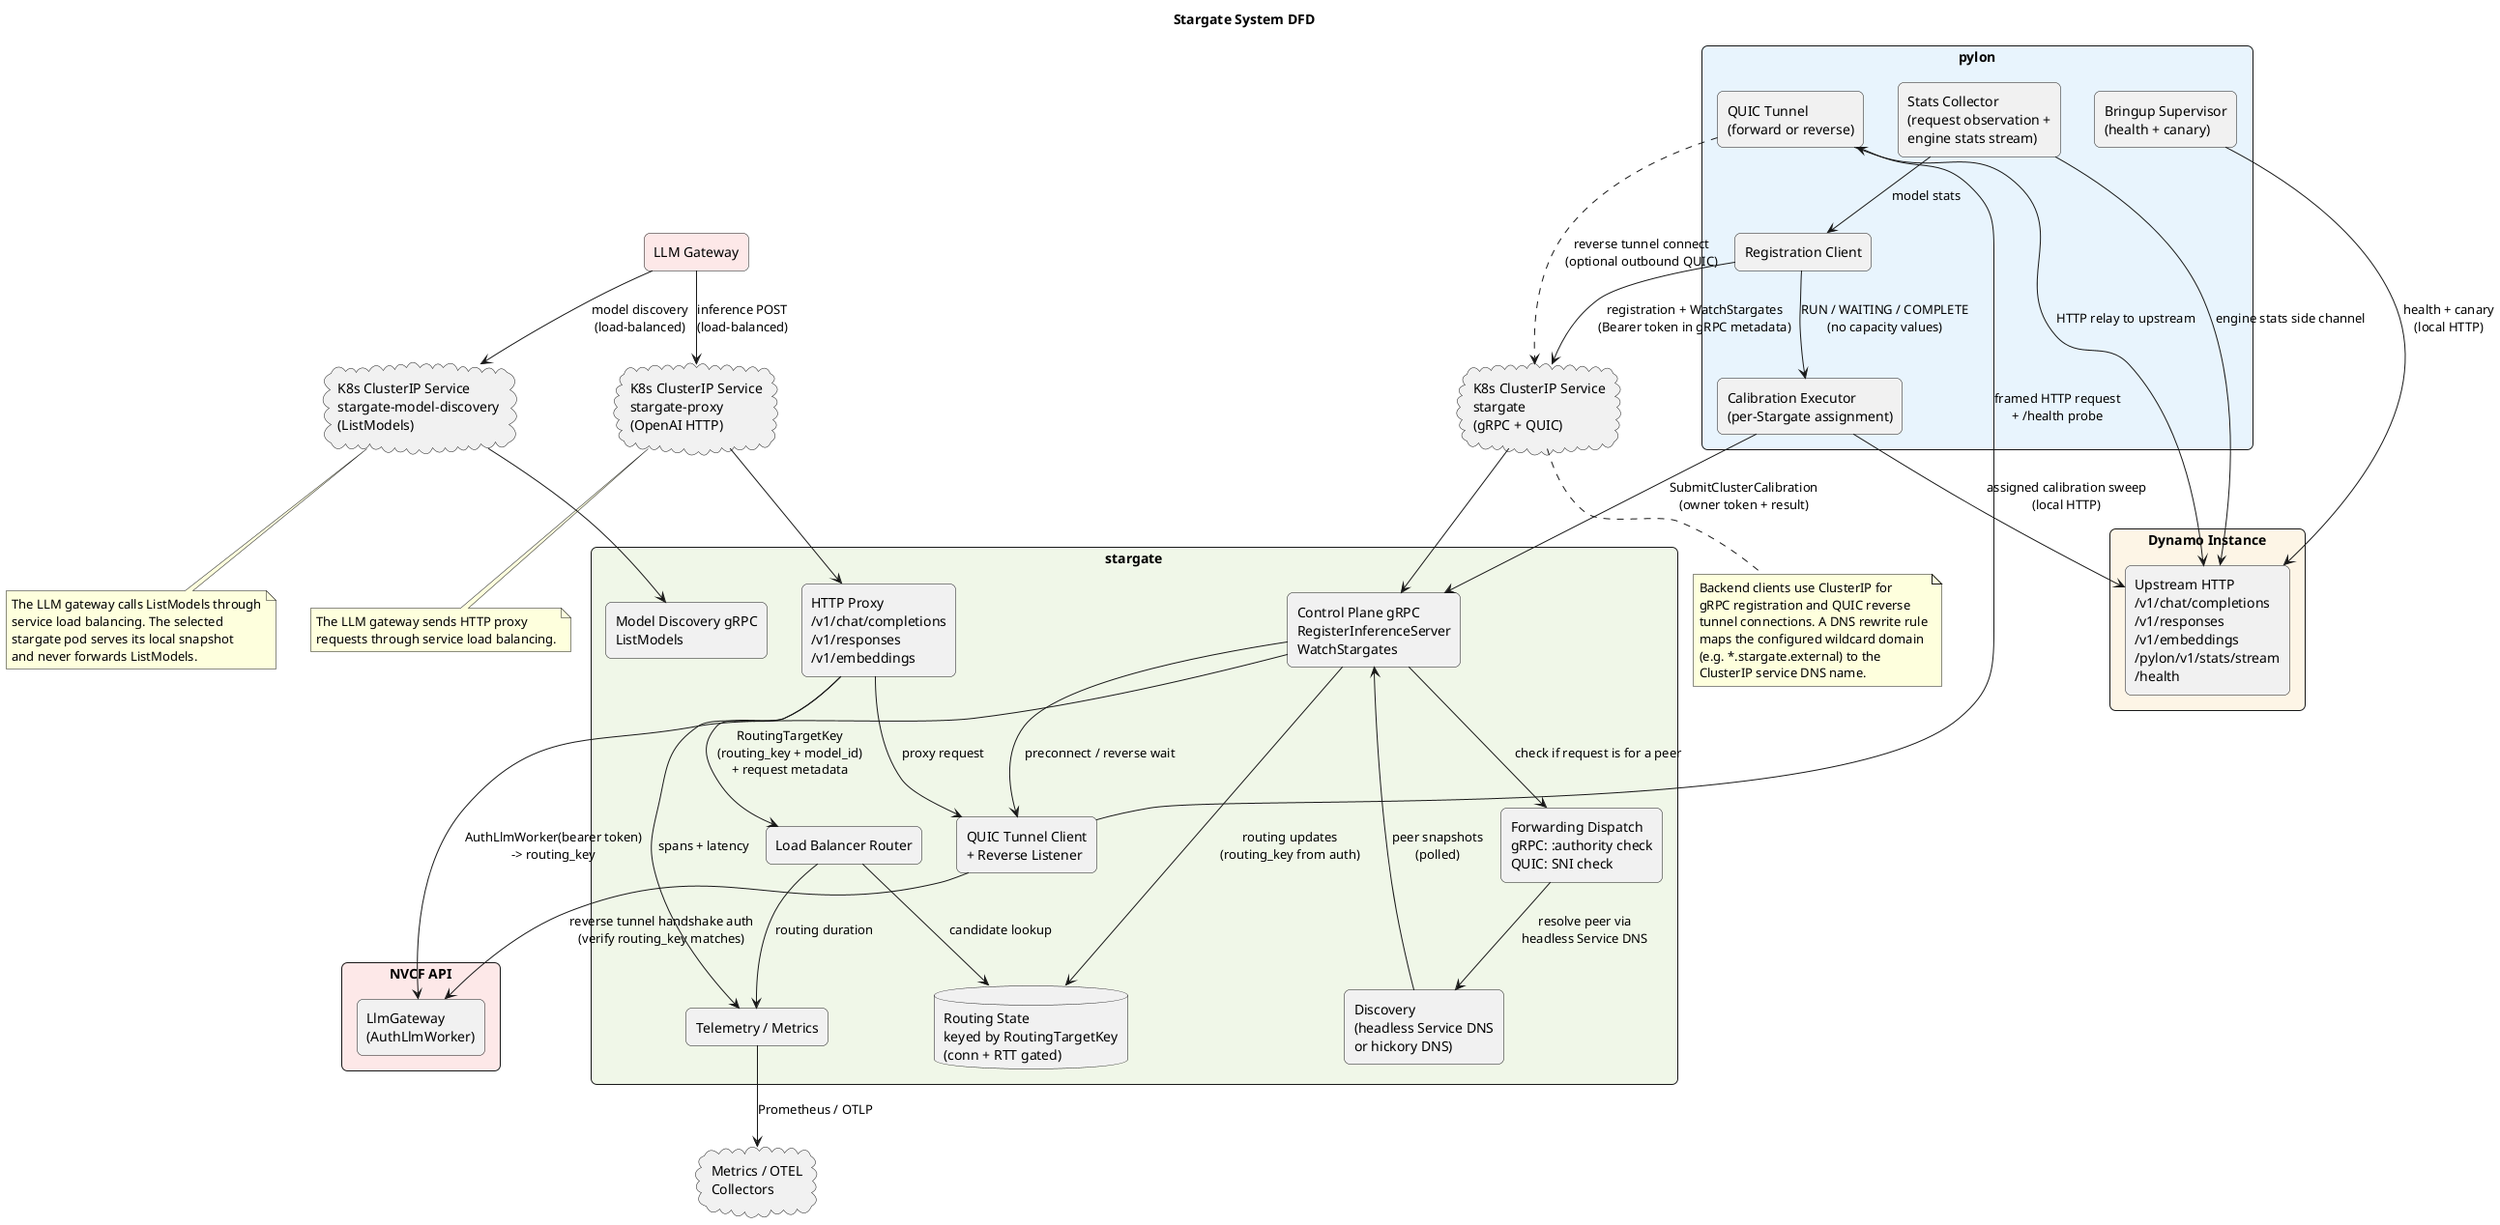
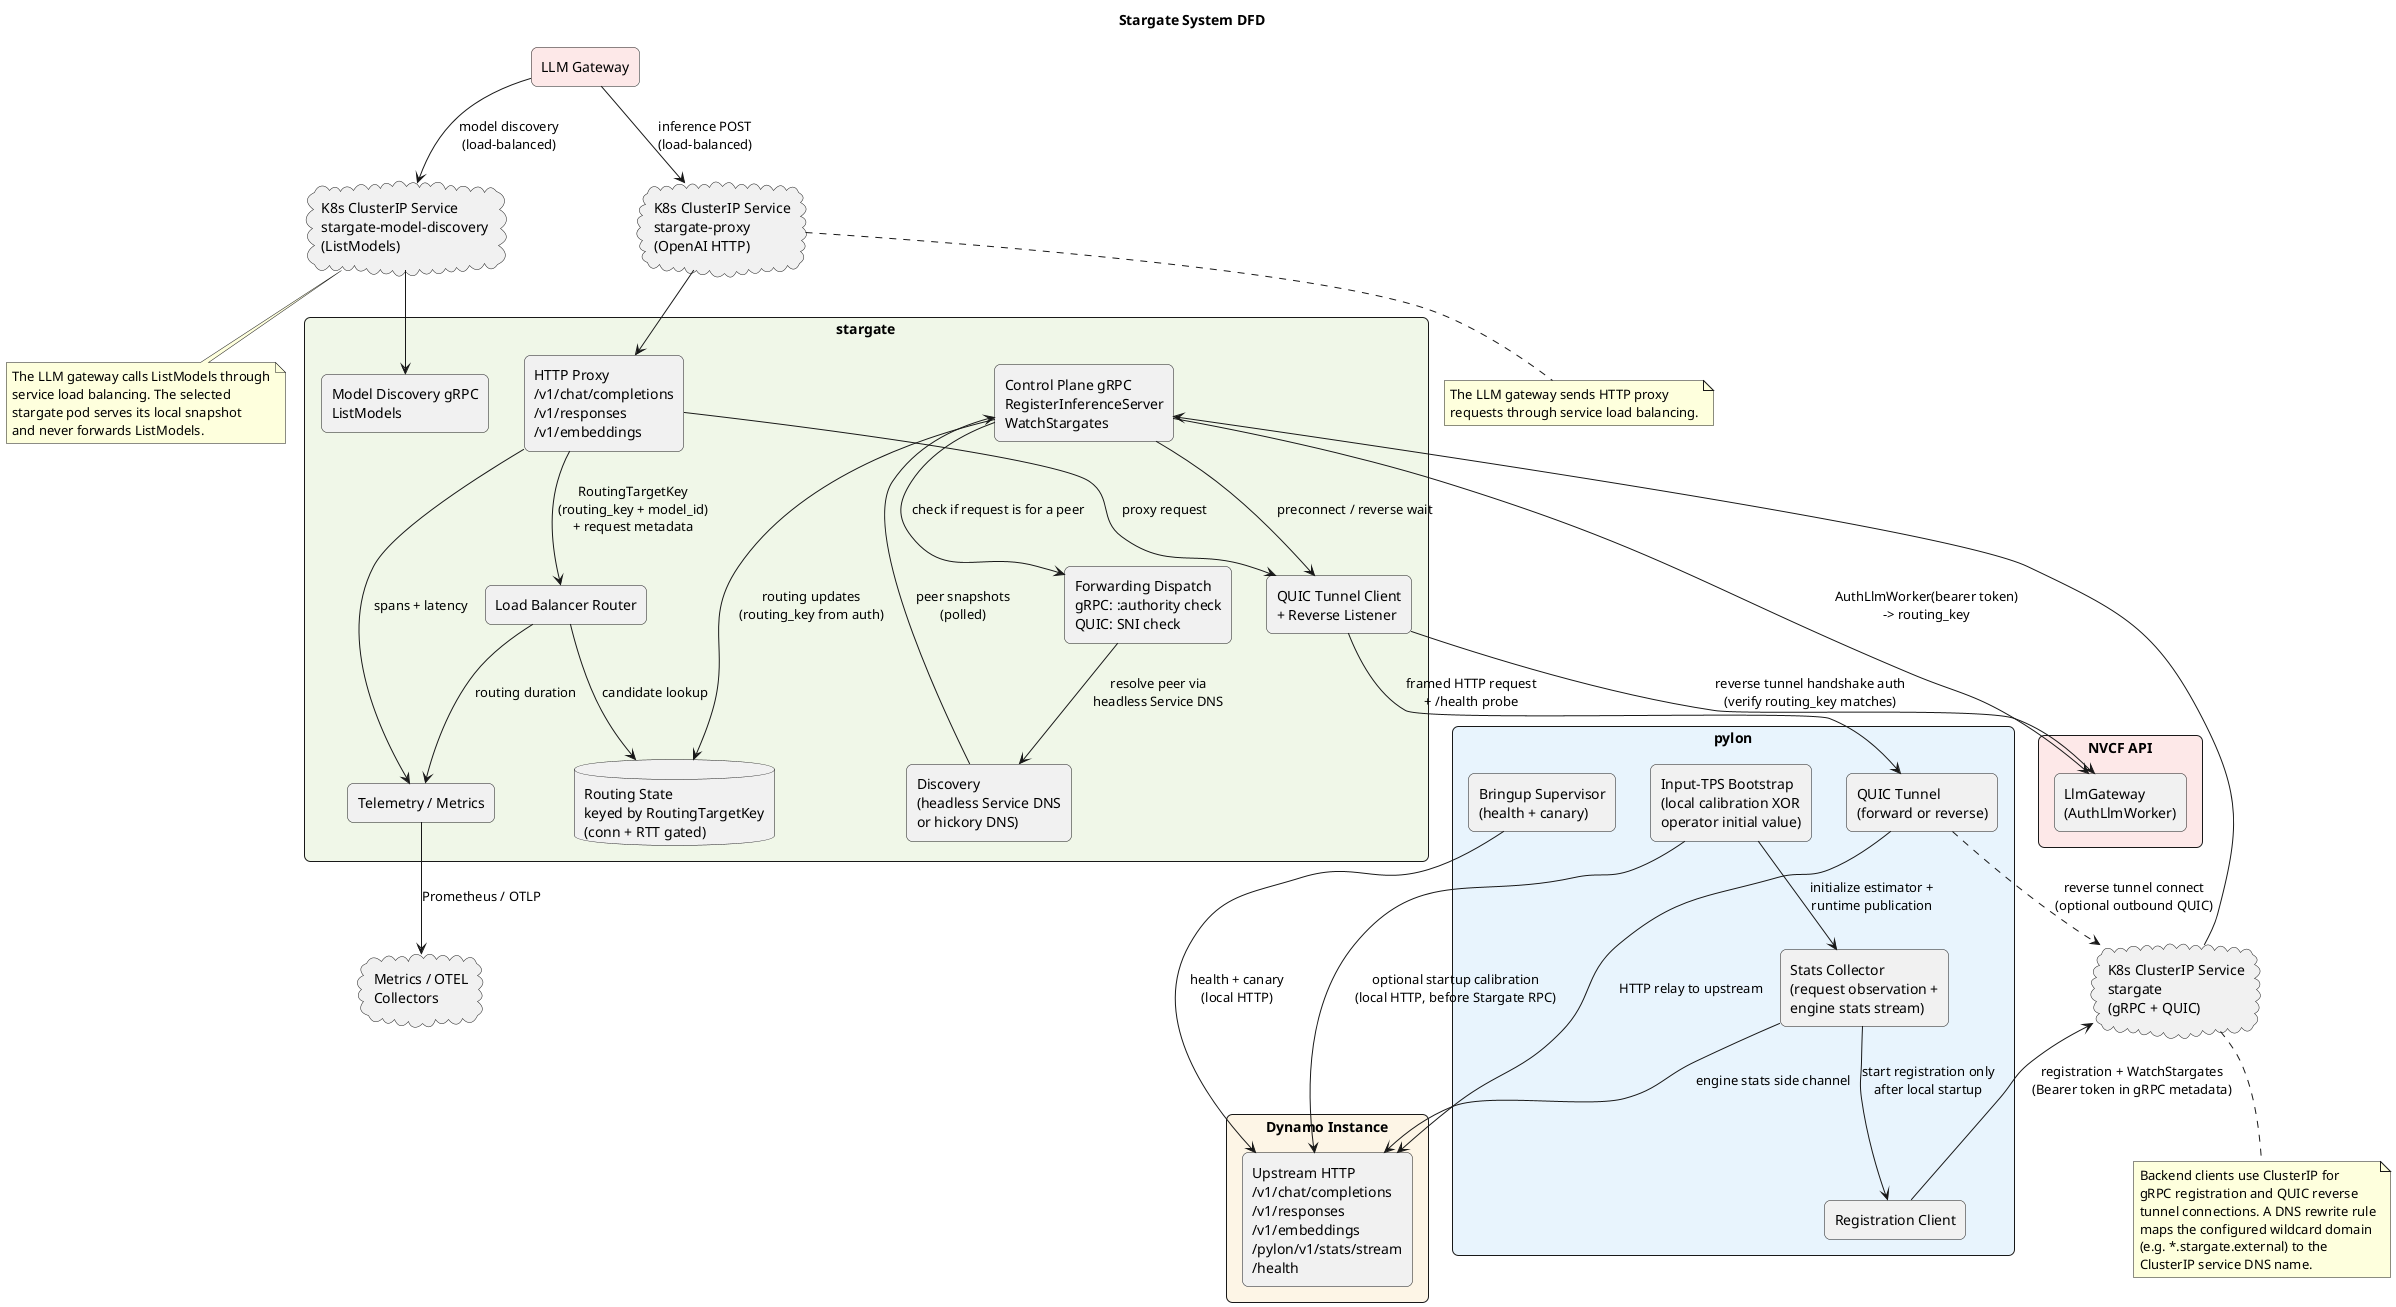
@startuml
title Stargate System DFD

skinparam backgroundColor white
skinparam shadowing false
skinparam rectangle {
  RoundCorner 12
}

rectangle "LLM Gateway" as Client #fde8e8

cloud "K8s ClusterIP Service\nstargate\n(gRPC + QUIC)" as ClusterIP
cloud "K8s ClusterIP Service\nstargate-model-discovery\n(ListModels)" as ModelSvc
cloud "K8s ClusterIP Service\nstargate-proxy\n(OpenAI HTTP)" as ProxySvc

note bottom of ClusterIP
  Backend clients use ClusterIP for
  gRPC registration and QUIC reverse
  tunnel connections. A DNS rewrite rule
  maps the configured wildcard domain
  (e.g. *.stargate.external) to the
  ClusterIP service DNS name.
end note

note bottom of ModelSvc
  The LLM gateway calls ListModels through
  service load balancing. The selected
  stargate pod serves its local snapshot
  and never forwards ListModels.
end note

note bottom of ProxySvc
  The LLM gateway sends HTTP proxy
  requests through service load balancing.
end note

rectangle "NVCF API" #fde8e8 {
  rectangle "LlmGateway\n(AuthLlmWorker)" as NVCF
}

rectangle "stargate" #f0f7e8 {
  rectangle "Control Plane gRPC\nRegisterInferenceServer\nWatchStargates" as ControlPlane
  rectangle "Model Discovery gRPC\nListModels" as ModelDiscovery
  rectangle "Forwarding Dispatch\ngRPC: :authority check\nQUIC: SNI check" as Forwarding
  rectangle "HTTP Proxy\n/v1/chat/completions\n/v1/responses\n/v1/embeddings" as HttpProxy
  rectangle "QUIC Tunnel Client\n+ Reverse Listener" as Quic
  rectangle "Load Balancer Router" as Router
  database "Routing State\nkeyed by RoutingTargetKey\n(conn + RTT gated)" as State
  rectangle "Discovery\n(headless Service DNS\nor hickory DNS)" as Discovery
  rectangle "Telemetry / Metrics" as Telemetry
}

rectangle "pylon" #e8f4fd {
  rectangle "Registration Client" as RegCli
  rectangle "QUIC Tunnel\n(forward or reverse)" as TunnelCli
  rectangle "Bringup Supervisor\n(health + canary)" as Bringup
-   rectangle "Calibration Executor\n(per-Stargate assignment)" as Calibration
+   rectangle "Input-TPS Bootstrap\n(local calibration XOR\noperator initial value)" as Bootstrap
  rectangle "Stats Collector\n(request observation +\nengine stats stream)" as Stats
}

rectangle "Dynamo Instance" #fdf5e6 {
  rectangle "Upstream HTTP\n/v1/chat/completions\n/v1/responses\n/v1/embeddings\n/pylon/v1/stats/stream\n/health" as Upstream
}

cloud "Metrics / OTEL\nCollectors" as Obs

' layout anchors
Client -[hidden]down-> HttpProxy

' inference path -- Kubernetes service load balancing selects the stargate pod
Client --> ModelSvc : model discovery\n(load-balanced)
Client --> ProxySvc : inference POST\n(load-balanced)
ModelSvc --> ModelDiscovery
ProxySvc --> HttpProxy
HttpProxy --> Router : RoutingTargetKey\n(routing_key + model_id)\n+ request metadata
HttpProxy --> Quic : proxy request
Router --> State : candidate lookup

' QUIC data path
Quic --> TunnelCli : framed HTTP request\n+ /health probe
TunnelCli --> Upstream : HTTP relay to upstream
TunnelCli ..> ClusterIP : reverse tunnel connect\n(optional outbound QUIC)

' registration path
RegCli --> ClusterIP : registration + WatchStargates\n(Bearer token in gRPC metadata)
ClusterIP --> ControlPlane
ControlPlane --> Forwarding : check if request is for a peer
Forwarding --> Discovery : resolve peer via\nheadless Service DNS
ControlPlane --> NVCF : AuthLlmWorker(bearer token)\n-> routing_key
ControlPlane --> State : routing updates\n(routing_key from auth)
- RegCli --> Calibration : RUN / WAITING / COMPLETE\n(no capacity values)
- Calibration --> ControlPlane : SubmitClusterCalibration\n(owner token + result)
ControlPlane --> Quic : preconnect / reverse wait
Quic --> NVCF : reverse tunnel handshake auth\n(verify routing_key matches)

' client-internal
Bringup --> Upstream : health + canary\n(local HTTP)
- Calibration --> Upstream : assigned calibration sweep\n(local HTTP)
- Stats --> RegCli : model stats
+ Bootstrap --> Upstream : optional startup calibration\n(local HTTP, before Stargate RPC)
+ Bootstrap --> Stats : initialize estimator +\nruntime publication
+ Stats --> RegCli : start registration only\nafter local startup
Stats --> Upstream : engine stats side channel

' discovery
Discovery --> ControlPlane : peer snapshots\n(polled)

' observability
Telemetry --> Obs : Prometheus / OTLP
HttpProxy --> Telemetry : spans + latency
Router --> Telemetry : routing duration

@enduml
